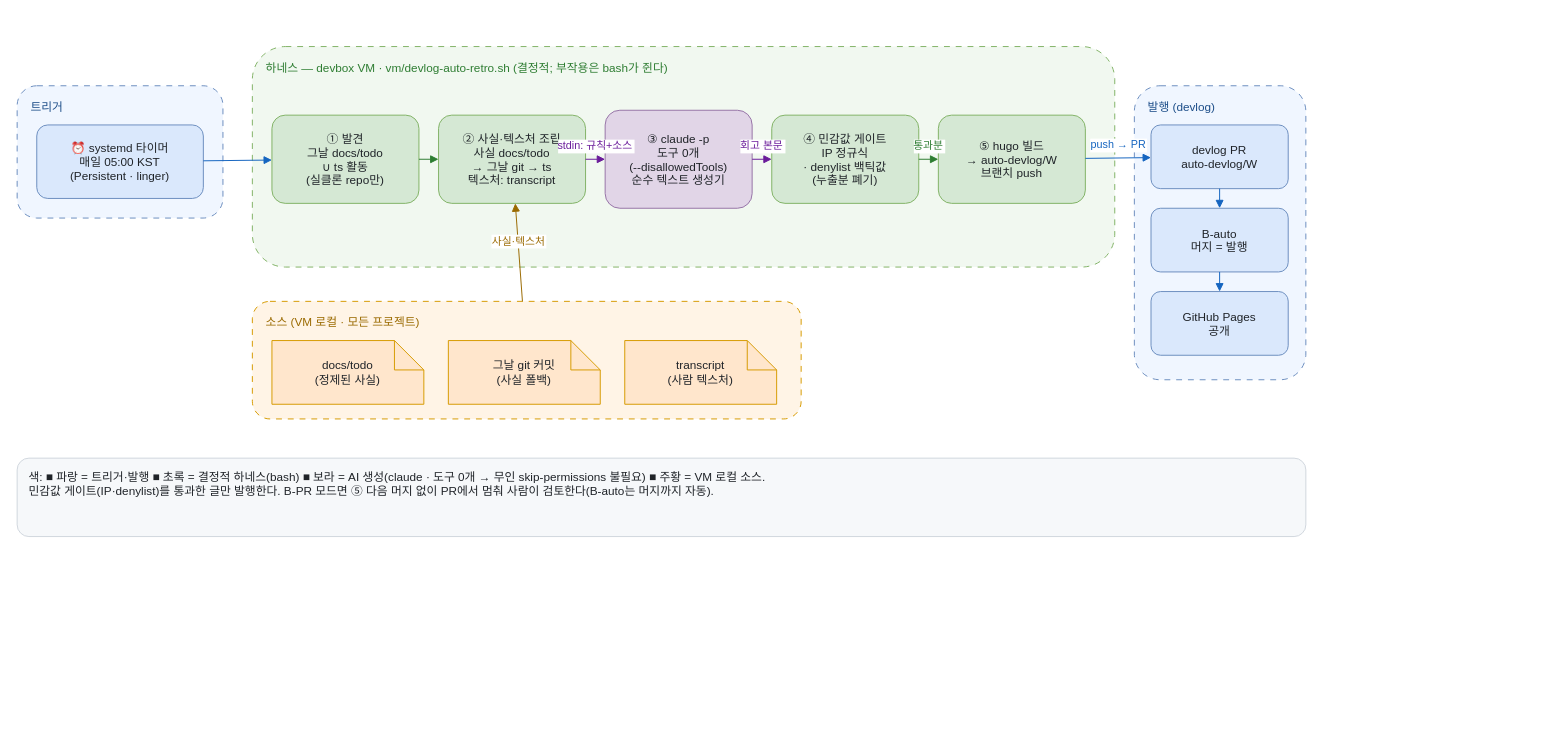
Earlier version of the draw.io diagram docs/assets/devlog-auto-retro-flow.drawio (pearlzzi98/devlog). Source tidied: cells renumbered, new cells numbered last; positions are measured from the earlier drawing's top-left corner, leaving out a move shared by most shapes. Both pictures are drawn from the tidied source at 98%, with x=0, y=0 at pixel (17, 46).
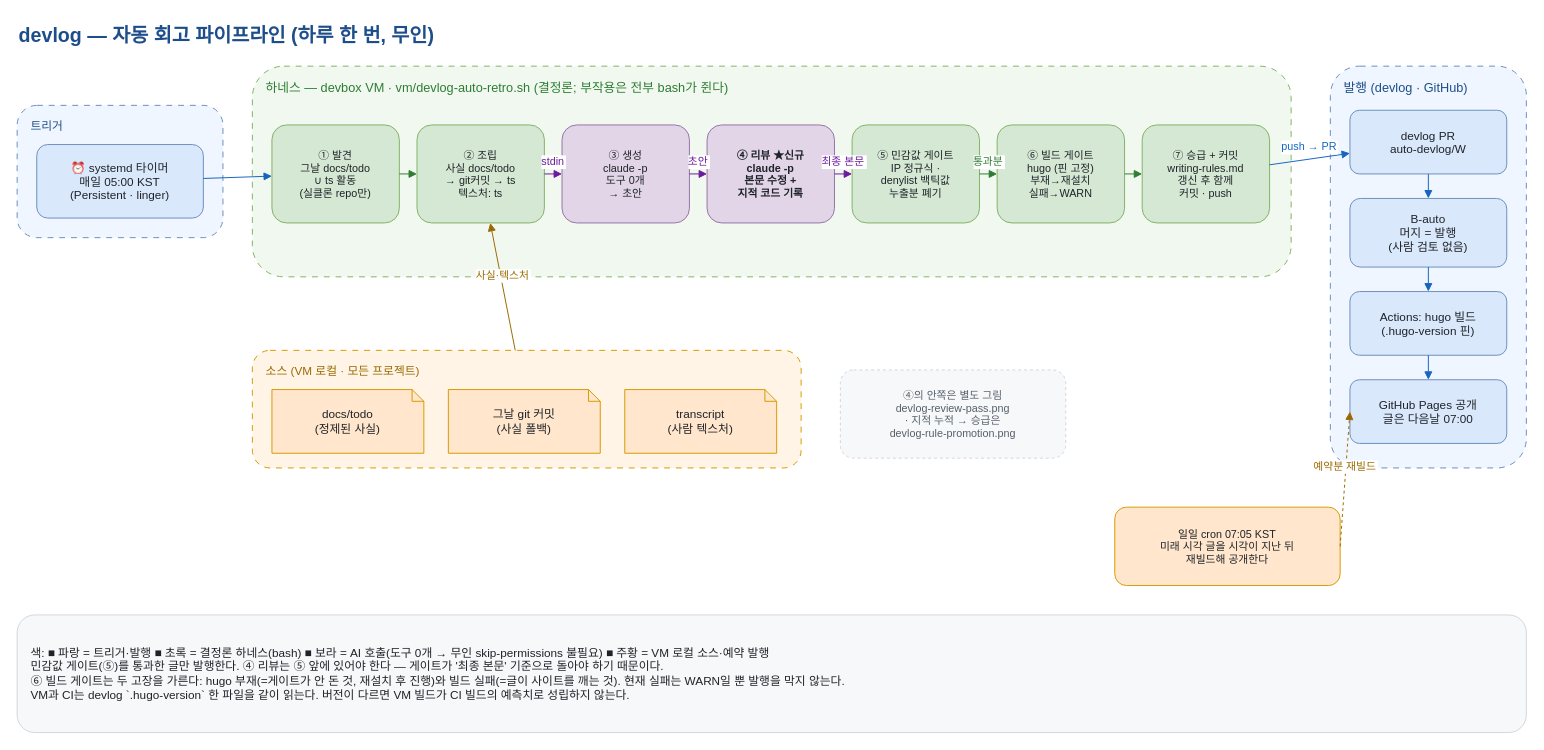
After the change.

Commit message (it also covers changes not shown here):
docs: 리뷰 패스·규칙 승급·빌드 게이트 구조도 3장 추가, 흐름도 갱신

Change to the diagram source:
```diff
@@
+    <mxCell id="28" value="devlog — 자동 회고 파이프라인 (하루 한 번, 무인)" style="text;html=1;fontSize=20;fontStyle=1;fontColor=#1d4e89;align=left;" parent="1" vertex="1">
+      <mxGeometry y="-30" width="800" height="34" as="geometry" />
+    </mxCell>
     <mxCell id="2" value="트리거" style="rounded=1;dashed=1;dashPattern=6 6;fillColor=#f0f6ff;strokeColor=#6c8ebf;fontColor=#1d4e89;verticalAlign=top;align=left;spacingLeft=12;spacingTop=8;" parent="1" vertex="1">
-      <mxGeometry y="40" width="210" height="135" as="geometry" />
+      <mxGeometry y="60" width="210" height="135" as="geometry" />
     </mxCell>
-    <mxCell id="3" value="⏰ systemd 타이머&#10;매일 05:00 KST&#10;(Persistent · linger)" style="rounded=1;fillColor=#dae8fc;strokeColor=#6c8ebf;fontColor=#1f2328;" parent="1" vertex="1">
-      <mxGeometry x="20" y="80" width="170" height="75" as="geometry" />
+    <mxCell id="3" value="⏰ systemd 타이머&#10;매일 05:00 KST&#10;(Persistent · linger)" style="rounded=1;fillColor=#dae8fc;strokeColor=#6c8ebf;fontColor=#1f2328;fontSize=12;" parent="1" vertex="1">
+      <mxGeometry x="20" y="100" width="170" height="75" as="geometry" />
     </mxCell>
-    <mxCell id="4" value="하네스 — devbox VM · vm/devlog-auto-retro.sh   (결정적; 부작용은 bash가 쥔다)" style="rounded=1;dashed=1;dashPattern=6 6;fillColor=#f1f8f0;strokeColor=#82b366;fontColor=#2e7d32;verticalAlign=top;align=left;spacingLeft=12;spacingTop=8;" parent="1" vertex="1">
-      <mxGeometry x="240" width="880" height="225" as="geometry" />
+    <mxCell id="4" value="하네스 — devbox VM · vm/devlog-auto-retro.sh   (결정론; 부작용은 전부 bash가 쥔다)" style="rounded=1;dashed=1;dashPattern=6 6;fillColor=#f1f8f0;strokeColor=#82b366;fontColor=#2e7d32;verticalAlign=top;align=left;spacingLeft=12;spacingTop=8;fontSize=13;" parent="1" vertex="1">
+      <mxGeometry x="240" y="20" width="1060" height="215" as="geometry" />
     </mxCell>
-    <mxCell id="5" value="① 발견&#10;그날 docs/todo&#10;∪ ts 활동&#10;(실클론 repo만)" style="rounded=1;fillColor=#d5e8d4;strokeColor=#82b366;fontColor=#1f2328;" parent="1" vertex="1">
-      <mxGeometry x="260" y="70" width="150" height="90" as="geometry" />
+    <mxCell id="5" value="① 발견&#10;그날 docs/todo&#10;∪ ts 활동&#10;(실클론 repo만)" style="rounded=1;fillColor=#d5e8d4;strokeColor=#82b366;fontColor=#1f2328;fontSize=11;" parent="1" vertex="1">
+      <mxGeometry x="260" y="80" width="130" height="100" as="geometry" />
     </mxCell>
-    <mxCell id="6" value="② 사실·텍스처 조립&#10;사실 docs/todo&#10;→ 그날 git → ts&#10;텍스처: transcript" style="rounded=1;fillColor=#d5e8d4;strokeColor=#82b366;fontColor=#1f2328;" parent="1" vertex="1">
-      <mxGeometry x="430" y="70" width="150" height="90" as="geometry" />
-    </mxCell>
-    <mxCell id="7" value="③ claude -p&#10;도구 0개&#10;(--disallowedTools)&#10;순수 텍스트 생성기" style="rounded=1;fillColor=#e1d5e7;strokeColor=#9673a6;fontColor=#1f2328;" parent="1" vertex="1">
-      <mxGeometry x="600" y="65" width="150" height="100" as="geometry" />
-    </mxCell>
-    <mxCell id="8" value="④ 민감값 게이트&#10;IP 정규식&#10;· denylist 백틱값&#10;(누출분 폐기)" style="rounded=1;fillColor=#d5e8d4;strokeColor=#82b366;fontColor=#1f2328;" parent="1" vertex="1">
-      <mxGeometry x="770" y="70" width="150" height="90" as="geometry" />
-    </mxCell>
-    <mxCell id="9" value="⑤ hugo 빌드&#10;→ auto-devlog/W&#10;브랜치 push" style="rounded=1;fillColor=#d5e8d4;strokeColor=#82b366;fontColor=#1f2328;" parent="1" vertex="1">
-      <mxGeometry x="940" y="70" width="150" height="90" as="geometry" />
-    </mxCell>
+    <mxCell id="29" value="② 조립&#10;사실 docs/todo&#10;→ git커밋 → ts&#10;텍스처: ts" style="rounded=1;fillColor=#d5e8d4;strokeColor=#82b366;fontColor=#1f2328;fontSize=11;" parent="1" vertex="1">
+      <mxGeometry x="408" y="80" width="130" height="100" as="geometry" />
+    </mxCell>
+    <mxCell id="30" value="③ 생성&#10;claude -p&#10;도구 0개&#10;→ 초안" style="rounded=1;fillColor=#e1d5e7;strokeColor=#9673a6;fontColor=#1f2328;fontSize=11;" parent="1" vertex="1">
+      <mxGeometry x="556" y="80" width="130" height="100" as="geometry" />
+    </mxCell>
+    <mxCell id="31" value="④ 리뷰 ★신규&#10;claude -p&#10;본문 수정 +&#10;지적 코드 기록" style="rounded=1;fillColor=#e1d5e7;strokeColor=#9673a6;fontColor=#1f2328;fontSize=11;fontStyle=1;" parent="1" vertex="1">
+      <mxGeometry x="704" y="80" width="130" height="100" as="geometry" />
+    </mxCell>
+    <mxCell id="32" value="⑤ 민감값 게이트&#10;IP 정규식 ·&#10;denylist 백틱값&#10;누출분 폐기" style="rounded=1;fillColor=#d5e8d4;strokeColor=#82b366;fontColor=#1f2328;fontSize=11;" parent="1" vertex="1">
+      <mxGeometry x="852" y="80" width="130" height="100" as="geometry" />
+    </mxCell>
+    <mxCell id="33" value="⑥ 빌드 게이트&#10;hugo (핀 고정)&#10;부재→재설치&#10;실패→WARN" style="rounded=1;fillColor=#d5e8d4;strokeColor=#82b366;fontColor=#1f2328;fontSize=11;" parent="1" vertex="1">
+      <mxGeometry x="1000" y="80" width="130" height="100" as="geometry" />
+    </mxCell>
+    <mxCell id="34" value="⑦ 승급 + 커밋&#10;writing-rules.md&#10;갱신 후 함께&#10;커밋 · push" style="rounded=1;fillColor=#d5e8d4;strokeColor=#82b366;fontColor=#1f2328;fontSize=11;" parent="1" vertex="1">
+      <mxGeometry x="1148" y="80" width="130" height="100" as="geometry" />
+    </mxCell>
-    <mxCell id="10" value="소스 (VM 로컬 · 모든 프로젝트)" style="rounded=1;dashed=1;dashPattern=6 6;fillColor=#fff4e6;strokeColor=#d79b00;fontColor=#9a6a00;verticalAlign=top;align=left;spacingLeft=12;spacingTop=8;" parent="1" vertex="1">
-      <mxGeometry x="240" y="260" width="560" height="120" as="geometry" />
+    <mxCell id="10" value="소스 (VM 로컬 · 모든 프로젝트)" style="rounded=1;dashed=1;dashPattern=6 6;fillColor=#fff4e6;strokeColor=#d79b00;fontColor=#9a6a00;verticalAlign=top;align=left;spacingLeft=12;spacingTop=8;fontSize=12;" parent="1" vertex="1">
+      <mxGeometry x="240" y="310" width="560" height="120" as="geometry" />
     </mxCell>
-    <mxCell id="11" value="docs/todo&#10;(정제된 사실)" style="shape=note;whiteSpace=wrap;fillColor=#ffe6cc;strokeColor=#d79b00;fontColor=#1f2328;" parent="1" vertex="1">
-      <mxGeometry x="260" y="300" width="155" height="65" as="geometry" />
+    <mxCell id="11" value="docs/todo&#10;(정제된 사실)" style="shape=note;size=12;whiteSpace=wrap;fillColor=#ffe6cc;strokeColor=#d79b00;fontColor=#1f2328;fontSize=12;" parent="1" vertex="1">
+      <mxGeometry x="260" y="350" width="155" height="65" as="geometry" />
     </mxCell>
-    <mxCell id="12" value="그날 git 커밋&#10;(사실 폴백)" style="shape=note;whiteSpace=wrap;fillColor=#ffe6cc;strokeColor=#d79b00;fontColor=#1f2328;" parent="1" vertex="1">
-      <mxGeometry x="440" y="300" width="155" height="65" as="geometry" />
+    <mxCell id="12" value="그날 git 커밋&#10;(사실 폴백)" style="shape=note;size=12;whiteSpace=wrap;fillColor=#ffe6cc;strokeColor=#d79b00;fontColor=#1f2328;fontSize=12;" parent="1" vertex="1">
+      <mxGeometry x="440" y="350" width="155" height="65" as="geometry" />
     </mxCell>
-    <mxCell id="13" value="transcript&#10;(사람 텍스처)" style="shape=note;whiteSpace=wrap;fillColor=#ffe6cc;strokeColor=#d79b00;fontColor=#1f2328;" parent="1" vertex="1">
-      <mxGeometry x="620" y="300" width="155" height="65" as="geometry" />
+    <mxCell id="13" value="transcript&#10;(사람 텍스처)" style="shape=note;size=12;whiteSpace=wrap;fillColor=#ffe6cc;strokeColor=#d79b00;fontColor=#1f2328;fontSize=12;" parent="1" vertex="1">
+      <mxGeometry x="620" y="350" width="155" height="65" as="geometry" />
     </mxCell>
+    <mxCell id="35" value="④의 안쪽은 별도 그림&#10;devlog-review-pass.png&#10;·  지적 누적 → 승급은&#10;devlog-rule-promotion.png" style="rounded=1;dashed=1;fillColor=#f6f8fa;strokeColor=#d0d7de;fontColor=#57606a;fontSize=11;" parent="1" vertex="1">
+      <mxGeometry x="840" y="330" width="230" height="90" as="geometry" />
+    </mxCell>
-    <mxCell id="14" value="발행 (devlog)" style="rounded=1;dashed=1;dashPattern=6 6;fillColor=#f0f6ff;strokeColor=#6c8ebf;fontColor=#1d4e89;verticalAlign=top;align=left;spacingLeft=12;spacingTop=8;" parent="1" vertex="1">
-      <mxGeometry x="1140" y="40" width="175" height="300" as="geometry" />
+    <mxCell id="14" value="발행 (devlog · GitHub)" style="rounded=1;dashed=1;dashPattern=6 6;fillColor=#f0f6ff;strokeColor=#6c8ebf;fontColor=#1d4e89;verticalAlign=top;align=left;spacingLeft=12;spacingTop=8;fontSize=13;" parent="1" vertex="1">
+      <mxGeometry x="1340" y="20" width="200" height="410" as="geometry" />
     </mxCell>
-    <mxCell id="15" value="devlog PR&#10;auto-devlog/W" style="rounded=1;fillColor=#dae8fc;strokeColor=#6c8ebf;fontColor=#1f2328;" parent="1" vertex="1">
-      <mxGeometry x="1157" y="80" width="140" height="65" as="geometry" />
+    <mxCell id="15" value="devlog PR&#10;auto-devlog/W" style="rounded=1;fillColor=#dae8fc;strokeColor=#6c8ebf;fontColor=#1f2328;fontSize=12;" parent="1" vertex="1">
+      <mxGeometry x="1360" y="65" width="160" height="65" as="geometry" />
     </mxCell>
-    <mxCell id="16" value="B-auto&#10;머지 = 발행" style="rounded=1;fillColor=#dae8fc;strokeColor=#6c8ebf;fontColor=#1f2328;" parent="1" vertex="1">
-      <mxGeometry x="1157" y="165" width="140" height="65" as="geometry" />
+    <mxCell id="16" value="B-auto&#10;머지 = 발행&#10;(사람 검토 없음)" style="rounded=1;fillColor=#dae8fc;strokeColor=#6c8ebf;fontColor=#1f2328;fontSize=12;" parent="1" vertex="1">
+      <mxGeometry x="1360" y="155" width="160" height="70" as="geometry" />
     </mxCell>
+    <mxCell id="36" value="Actions: hugo 빌드&#10;(.hugo-version 핀)" style="rounded=1;fillColor=#dae8fc;strokeColor=#6c8ebf;fontColor=#1f2328;fontSize=12;" parent="1" vertex="1">
+      <mxGeometry x="1360" y="250" width="160" height="65" as="geometry" />
+    </mxCell>
-    <mxCell id="17" value="GitHub Pages&#10;공개" style="rounded=1;fillColor=#dae8fc;strokeColor=#6c8ebf;fontColor=#1f2328;" parent="1" vertex="1">
-      <mxGeometry x="1157" y="250" width="140" height="65" as="geometry" />
+    <mxCell id="17" value="GitHub Pages 공개&#10;글은 다음날 07:00" style="rounded=1;fillColor=#dae8fc;strokeColor=#6c8ebf;fontColor=#1f2328;fontSize=12;" parent="1" vertex="1">
+      <mxGeometry x="1360" y="340" width="160" height="65" as="geometry" />
     </mxCell>
+    <mxCell id="37" value="일일 cron 07:05 KST&#10;미래 시각 글을 시각이 지난 뒤&#10;재빌드해 공개한다" style="rounded=1;fillColor=#ffe6cc;strokeColor=#d79b00;fontColor=#1f2328;fontSize=11;" parent="1" vertex="1">
+      <mxGeometry x="1120" y="470" width="230" height="80" as="geometry" />
+    </mxCell>
-    <mxCell id="18" value="색: ■ 파랑 = 트리거·발행   ■ 초록 = 결정적 하네스(bash)   ■ 보라 = AI 생성(claude · 도구 0개 → 무인 skip-permissions 불필요)   ■ 주황 = VM 로컬 소스.&#10;민감값 게이트(IP·denylist)를 통과한 글만 발행한다. B-PR 모드면 ⑤ 다음 머지 없이 PR에서 멈춰 사람이 검토한다(B-auto는 머지까지 자동)." style="rounded=1;whiteSpace=wrap;align=left;fillColor=#f6f8fa;strokeColor=#d0d7de;fontColor=#1f2328;spacingLeft=10;spacingTop=6;verticalAlign=top;" parent="1" vertex="1">
-      <mxGeometry y="420" width="1315" height="80" as="geometry" />
+    <mxCell id="18" value="색:  ■ 파랑 = 트리거·발행   ■ 초록 = 결정론 하네스(bash)   ■ 보라 = AI 호출(도구 0개 → 무인 skip-permissions 불필요)   ■ 주황 = VM 로컬 소스·예약 발행&#10;민감값 게이트(⑤)를 통과한 글만 발행한다. ④ 리뷰는 ⑤ 앞에 있어야 한다 — 게이트가 '최종 본문' 기준으로 돌아야 하기 때문이다.&#10;⑥ 빌드 게이트는 두 고장을 가른다: hugo 부재(=게이트가 안 돈 것, 재설치 후 진행)와 빌드 실패(=글이 사이트를 깨는 것). 현재 실패는 WARN일 뿐 발행을 막지 않는다.&#10;VM과 CI는 devlog `.hugo-version` 한 파일을 같이 읽는다. 버전이 다르면 VM 빌드가 CI 빌드의 예측치로 성립하지 않는다." style="rounded=1;whiteSpace=wrap;align=left;fillColor=#f6f8fa;strokeColor=#d0d7de;fontColor=#1f2328;spacingLeft=12;verticalAlign=middle;fontSize=12;" parent="1" vertex="1">
+      <mxGeometry y="580" width="1540" height="120" as="geometry" />
     </mxCell>
@@
-    <mxCell id="20" style="endArrow=block;rounded=1;labelBackgroundColor=#ffffff;strokeColor=#2e7d32;fontColor=#2e7d32;" parent="1" edge="1" source="5" target="6">
+    <mxCell id="20" style="endArrow=block;rounded=1;labelBackgroundColor=#ffffff;strokeColor=#2e7d32;fontColor=#2e7d32;" parent="1" edge="1" source="5" target="29">
       <mxGeometry relative="1" as="geometry" />
     </mxCell>
-    <mxCell id="21" value="stdin: 규칙+소스" style="endArrow=block;rounded=1;labelBackgroundColor=#ffffff;strokeColor=#6a1b9a;fontColor=#6a1b9a;" parent="1" edge="1" source="6" target="7">
+    <mxCell id="21" value="stdin" style="endArrow=block;rounded=1;labelBackgroundColor=#ffffff;strokeColor=#6a1b9a;fontColor=#6a1b9a;fontSize=11;" parent="1" edge="1" source="29" target="30">
       <mxGeometry relative="1" as="geometry">
-        <mxPoint y="-14" as="offset" />
+        <mxPoint y="-13" as="offset" />
       </mxGeometry>
     </mxCell>
-    <mxCell id="22" value="회고 본문" style="endArrow=block;rounded=1;labelBackgroundColor=#ffffff;strokeColor=#6a1b9a;fontColor=#6a1b9a;" parent="1" edge="1" source="7" target="8">
+    <mxCell id="22" value="초안" style="endArrow=block;rounded=1;labelBackgroundColor=#ffffff;strokeColor=#6a1b9a;fontColor=#6a1b9a;fontSize=11;" parent="1" edge="1" source="30" target="31">
       <mxGeometry relative="1" as="geometry">
-        <mxPoint y="-14" as="offset" />
+        <mxPoint y="-13" as="offset" />
       </mxGeometry>
     </mxCell>
-    <mxCell id="23" value="통과분" style="endArrow=block;rounded=1;labelBackgroundColor=#ffffff;strokeColor=#2e7d32;fontColor=#2e7d32;" parent="1" edge="1" source="8" target="9">
+    <mxCell id="23" value="최종 본문" style="endArrow=block;rounded=1;labelBackgroundColor=#ffffff;strokeColor=#6a1b9a;fontColor=#6a1b9a;fontSize=11;" parent="1" edge="1" source="31" target="32">
       <mxGeometry relative="1" as="geometry">
-        <mxPoint y="-14" as="offset" />
+        <mxPoint y="-13" as="offset" />
       </mxGeometry>
     </mxCell>
-    <mxCell id="24" value="push → PR" style="endArrow=block;rounded=1;labelBackgroundColor=#ffffff;strokeColor=#1565c0;fontColor=#1565c0;" parent="1" edge="1" source="9" target="15">
+    <mxCell id="24" value="통과분" style="endArrow=block;rounded=1;labelBackgroundColor=#ffffff;strokeColor=#2e7d32;fontColor=#2e7d32;fontSize=11;" parent="1" edge="1" source="32" target="33">
       <mxGeometry relative="1" as="geometry">
-        <mxPoint y="-14" as="offset" />
+        <mxPoint y="-13" as="offset" />
       </mxGeometry>
     </mxCell>
-    <mxCell id="25" style="endArrow=block;rounded=1;labelBackgroundColor=#ffffff;strokeColor=#1565c0;fontColor=#1565c0;" parent="1" edge="1" source="15" target="16">
+    <mxCell id="25" style="endArrow=block;rounded=1;labelBackgroundColor=#ffffff;strokeColor=#2e7d32;fontColor=#2e7d32;" parent="1" edge="1" source="33" target="34">
       <mxGeometry relative="1" as="geometry" />
     </mxCell>
-    <mxCell id="26" style="endArrow=block;rounded=1;labelBackgroundColor=#ffffff;strokeColor=#1565c0;fontColor=#1565c0;" parent="1" edge="1" source="16" target="17">
-      <mxGeometry relative="1" as="geometry" />
+    <mxCell id="26" value="push → PR" style="endArrow=block;rounded=1;labelBackgroundColor=#ffffff;strokeColor=#1565c0;fontColor=#1565c0;fontSize=11;" parent="1" edge="1" source="34" target="15">
+      <mxGeometry relative="1" as="geometry">
+        <mxPoint y="-13" as="offset" />
+      </mxGeometry>
     </mxCell>
-    <mxCell id="27" value="사실·텍스처" style="endArrow=block;rounded=1;labelBackgroundColor=#ffffff;strokeColor=#9a6a00;fontColor=#9a6a00;" parent="1" edge="1" source="10" target="6">
-      <mxGeometry relative="1" as="geometry">
-        <mxPoint y="-12" as="offset" />
-      </mxGeometry>
+    <mxCell id="27" style="endArrow=block;rounded=1;labelBackgroundColor=#ffffff;strokeColor=#1565c0;fontColor=#1565c0;" parent="1" edge="1" source="15" target="16">
+      <mxGeometry relative="1" as="geometry" />
     </mxCell>
+    <mxCell id="38" style="endArrow=block;rounded=1;labelBackgroundColor=#ffffff;strokeColor=#1565c0;fontColor=#1565c0;" parent="1" edge="1" source="16" target="36">
+      <mxGeometry relative="1" as="geometry" />
+    </mxCell>
+    <mxCell id="39" style="endArrow=block;rounded=1;labelBackgroundColor=#ffffff;strokeColor=#1565c0;fontColor=#1565c0;" parent="1" edge="1" source="36" target="17">
+      <mxGeometry relative="1" as="geometry" />
+    </mxCell>
+    <mxCell id="40" value="사실·텍스처" style="endArrow=block;rounded=1;labelBackgroundColor=#ffffff;strokeColor=#9a6a00;fontColor=#9a6a00;fontSize=11;" parent="1" edge="1" source="10" target="29">
+      <mxGeometry relative="1" as="geometry">
+        <mxPoint y="-12" as="offset" />
+      </mxGeometry>
+    </mxCell>
+    <mxCell id="41" value="예약분 재빌드" style="endArrow=block;rounded=1;labelBackgroundColor=#ffffff;strokeColor=#9a6a00;fontColor=#9a6a00;fontSize=11;dashed=1;exitX=1;exitY=0.5;entryX=0;entryY=0.5;" parent="1" edge="1" source="37" target="17">
+      <mxGeometry relative="1" as="geometry">
+        <mxPoint y="-13" as="offset" />
+      </mxGeometry>
+    </mxCell>
```
